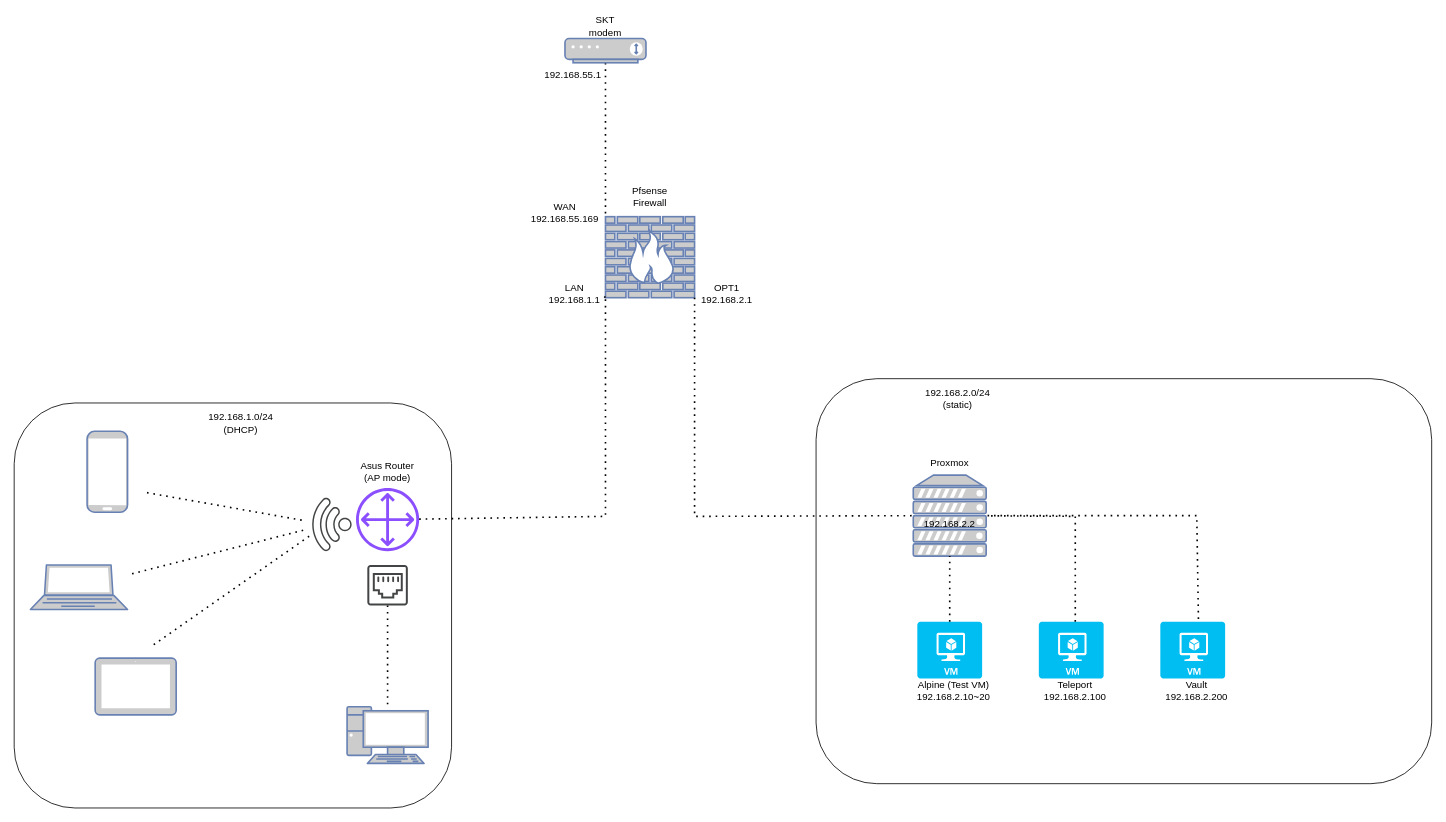
This is page "as-is" (1 of 2) of asdf.drawio from sudo-echo-jin/diagram, a draw.io file, before an edit. Source tidied: cells renumbered, new cells numbered last; positions are measured from the earlier drawing's top-left corner, leaving out a move shared by most shapes. Both pictures are drawn from the tidied source at 81%, with x=0, y=0 at pixel (14, 14).
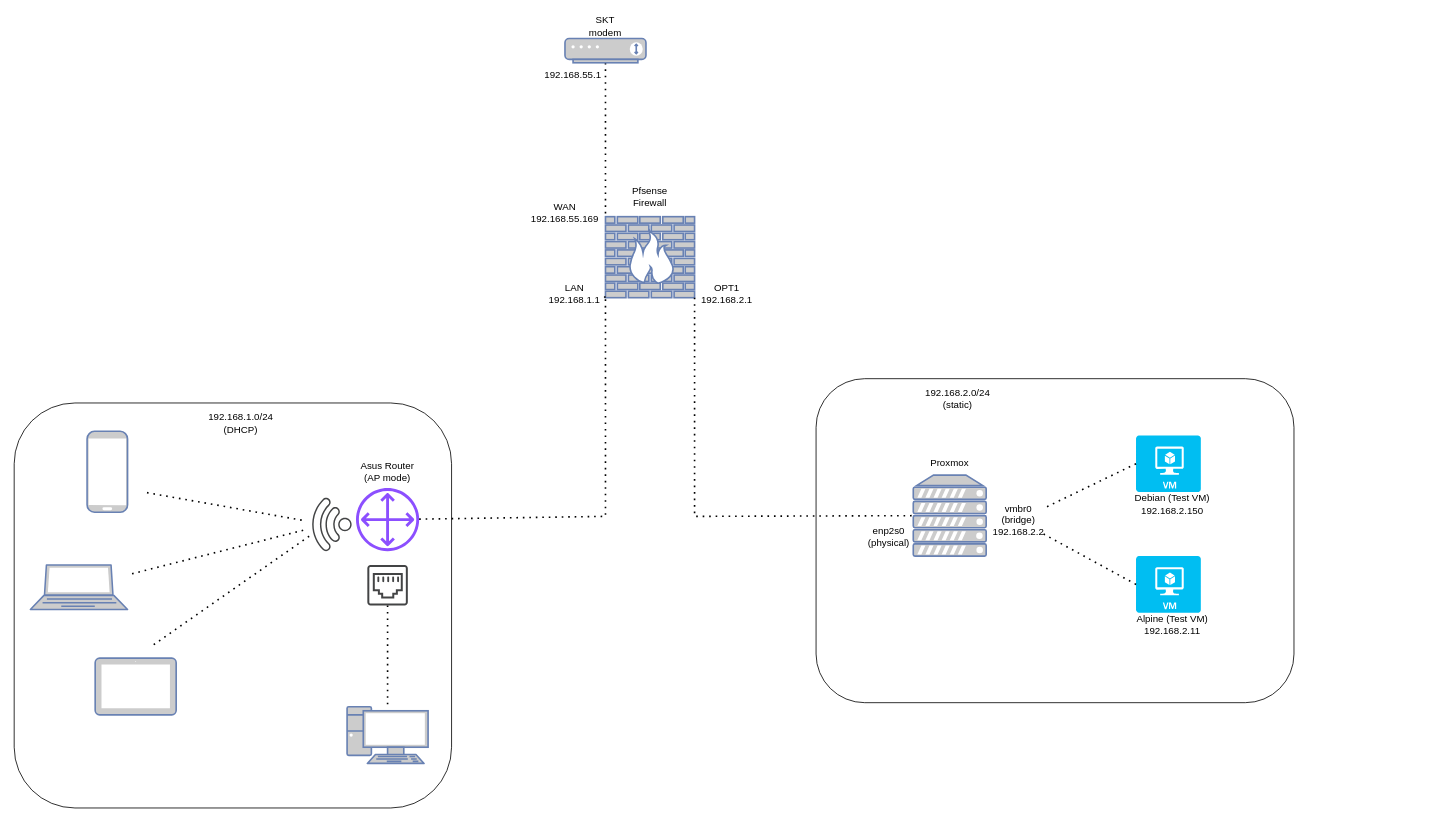
The same diagram, later.

Unchanged cells that the change refers to:
```xml
<mxCell id="4" style="fontColor=#0066CC;verticalAlign=top;verticalLabelPosition=bottom;labelPosition=center;align=center;html=1;outlineConnect=0;fillColor=#CCCCCC;strokeColor=#6881B3;gradientColor=none;gradientDirection=north;strokeWidth=2;shape=mxgraph.networks.server;" parent="1" vertex="1">
  <mxGeometry x="1110" y="569" width="90" height="100" as="geometry" />
</mxCell>
<mxCell id="11" style="verticalLabelPosition=bottom;html=1;verticalAlign=top;align=center;strokeColor=none;fillColor=#00BEF2;shape=mxgraph.azure.virtual_machine;" parent="10" vertex="1">
  <mxGeometry x="-5" width="80" height="70" as="geometry" />
</mxCell>
<mxCell id="40" style="verticalLabelPosition=bottom;html=1;verticalAlign=top;align=center;strokeColor=none;fillColor=#00BEF2;shape=mxgraph.azure.virtual_machine;" parent="39" vertex="1">
  <mxGeometry x="-5" width="80" height="70" as="geometry" />
</mxCell>
```

What changed in the source:
```diff
@@
     <mxCell id="2" style="rounded=1;whiteSpace=wrap;html=1;" parent="1" vertex="1">
-      <mxGeometry x="990" y="450" width="760" height="500" as="geometry" />
+      <mxGeometry x="990" y="450" width="590" height="400" as="geometry" />
     </mxCell>
@@
     <mxCell id="10" style="group;" parent="1" vertex="1">
-      <mxGeometry x="1120" y="750" width="120" height="100" as="geometry" />
+      <mxGeometry x="1390" y="669" width="120" height="100" as="geometry" />
     </mxCell>
@@
-    <mxCell id="12" value="Alpine (Test VM)&lt;div&gt;192.168.2.10~20&lt;/div&gt;" style="text;html=1;align=center;verticalAlign=middle;whiteSpace=wrap;rounded=0;" parent="10" vertex="1">
+    <mxCell id="12" value="Alpine (Test VM)&lt;div&gt;192.168.2.11&lt;/div&gt;" style="text;html=1;align=center;verticalAlign=middle;whiteSpace=wrap;rounded=0;" parent="10" vertex="1">
       <mxGeometry x="-15" y="70" width="110" height="30" as="geometry" />
     </mxCell>
-    <mxCell id="13" style="endArrow=none;dashed=1;html=1;dashPattern=1 3;strokeWidth=2;rounded=0;exitX=0.5;exitY=0;exitDx=0;exitDy=0;exitPerimeter=0;entryX=0.5;entryY=1;entryDx=0;entryDy=0;entryPerimeter=0;" parent="1" edge="1" source="11" target="4">
+    <mxCell id="13" style="endArrow=none;dashed=1;html=1;dashPattern=1 3;strokeWidth=2;rounded=0;exitX=0;exitY=0.5;exitDx=0;exitDy=0;exitPerimeter=0;" parent="1" edge="1" source="11" target="16">
       <mxGeometry relative="1" as="geometry" />
     </mxCell>
@@
-    <mxCell id="16" value="192.168.2.2" style="text;html=1;align=center;verticalAlign=middle;whiteSpace=wrap;rounded=0;" parent="1" vertex="1">
-      <mxGeometry x="1125" y="615" width="60" height="30" as="geometry" />
+    <mxCell id="16" value="vmbr0&lt;div&gt;(bridge)&lt;div&gt;192.168.2.2&lt;/div&gt;&lt;/div&gt;" style="text;html=1;align=center;verticalAlign=middle;whiteSpace=wrap;rounded=0;" parent="1" vertex="1">
+      <mxGeometry x="1200" y="610" width="80" height="30" as="geometry" />
     </mxCell>
@@
     <mxCell id="39" style="group;" parent="1" vertex="1">
-      <mxGeometry x="1270" y="750" width="120" height="100" as="geometry" />
+      <mxGeometry x="1390" y="520" width="120" height="100" as="geometry" />
     </mxCell>
@@
-    <mxCell id="41" value="&lt;div&gt;Teleport 192.168.2.100&lt;/div&gt;" style="text;html=1;align=center;verticalAlign=middle;whiteSpace=wrap;rounded=0;" parent="39" vertex="1">
+    <mxCell id="41" value="&lt;div&gt;Debian (Test VM) 192.168.2.150&lt;/div&gt;" style="text;html=1;align=center;verticalAlign=middle;whiteSpace=wrap;rounded=0;" parent="39" vertex="1">
       <mxGeometry x="-15" y="70" width="110" height="30" as="geometry" />
     </mxCell>
-    <mxCell id="42" style="group;" parent="1" vertex="1">
-      <mxGeometry x="1420" y="750" width="120" height="100" as="geometry" />
-    </mxCell>
-    <mxCell id="43" style="verticalLabelPosition=bottom;html=1;verticalAlign=top;align=center;strokeColor=none;fillColor=#00BEF2;shape=mxgraph.azure.virtual_machine;" parent="42" vertex="1">
-      <mxGeometry x="-5" width="80" height="70" as="geometry" />
-    </mxCell>
-    <mxCell id="44" value="&lt;div&gt;Vault&lt;/div&gt;&lt;div&gt;192.168.2.200&lt;/div&gt;" style="text;html=1;align=center;verticalAlign=middle;whiteSpace=wrap;rounded=0;" parent="42" vertex="1">
-      <mxGeometry x="-15" y="70" width="110" height="30" as="geometry" />
-    </mxCell>
-    <mxCell id="45" style="endArrow=none;dashed=1;html=1;dashPattern=1 3;strokeWidth=2;rounded=0;exitX=0.588;exitY=-0.048;exitDx=0;exitDy=0;exitPerimeter=0;" parent="1" edge="1" source="43" target="4">
-      <mxGeometry relative="1" as="geometry">
-        <Array as="points">
-          <mxPoint x="1460" y="619" />
-        </Array>
-      </mxGeometry>
-    </mxCell>
-    <mxCell id="46" style="endArrow=none;dashed=1;html=1;dashPattern=1 3;strokeWidth=2;rounded=0;exitX=0.5;exitY=0;exitDx=0;exitDy=0;exitPerimeter=0;" parent="1" edge="1" target="4">
-      <mxGeometry relative="1" as="geometry">
-        <mxPoint x="1310" y="750" as="sourcePoint" />
-        <Array as="points">
-          <mxPoint x="1310" y="620" />
-        </Array>
-      </mxGeometry>
+    <mxCell id="46" style="endArrow=none;dashed=1;html=1;dashPattern=1 3;strokeWidth=2;rounded=0;exitX=0;exitY=0.5;exitDx=0;exitDy=0;exitPerimeter=0;" parent="1" edge="1" source="40" target="16">
+      <mxGeometry relative="1" as="geometry" />
     </mxCell>
+    <mxCell id="47" value="enp2s0&lt;div&gt;(physical)&lt;/div&gt;" style="text;html=1;align=center;verticalAlign=middle;whiteSpace=wrap;rounded=0;" parent="1" vertex="1">
+      <mxGeometry x="1050" y="630" width="60" height="30" as="geometry" />
+    </mxCell>
```
